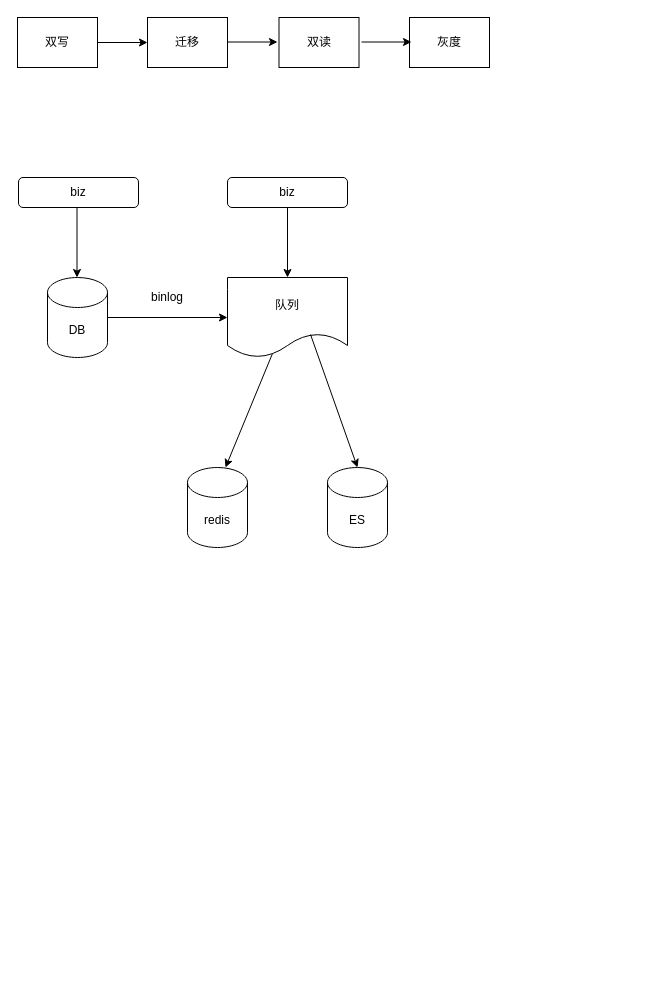
Above: arch/通用迁移方案.drawio in melonshell/draw.io (draw.io), before the change. Source tidied: cells renumbered, new cells numbered last; positions are measured from the earlier drawing's top-left corner, leaving out a move shared by most shapes. Both pictures are drawn from the tidied source at 100%, with x=0, y=0 at pixel (17, 17).
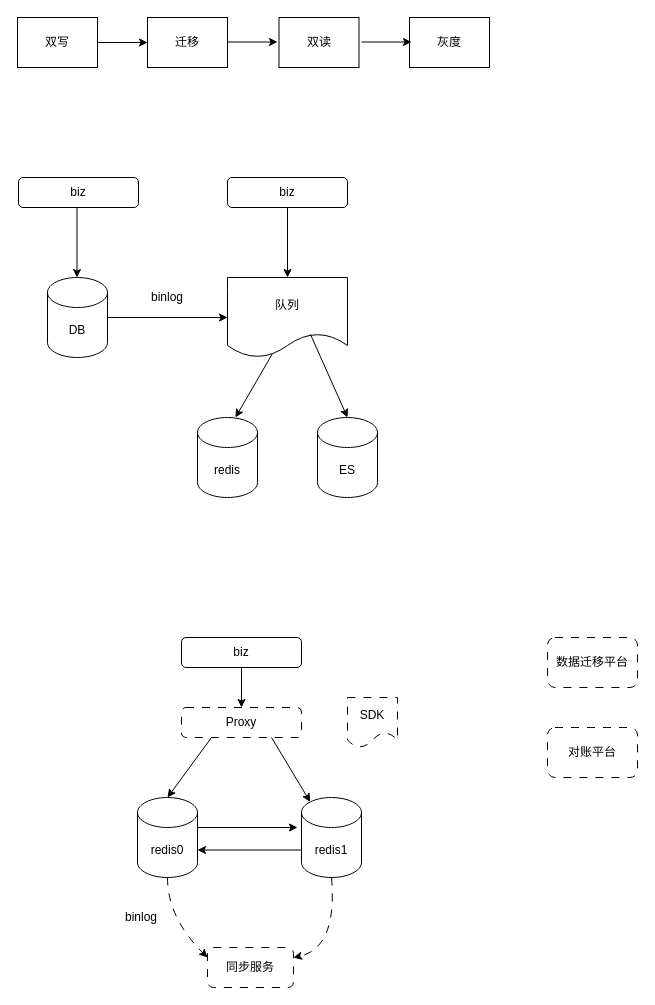
The same diagram, later.

Commit message (it also covers changes not shown here):
更新通用迁移方案.drawio

What changed in the source:
```diff
@@
     <mxCell id="17" value="redis" style="shape=cylinder3;whiteSpace=wrap;html=1;boundedLbl=1;backgroundOutline=1;size=15;fillColor=none;" parent="1" vertex="1">
-      <mxGeometry x="170" y="450" width="60" height="80" as="geometry" />
+      <mxGeometry x="180" y="400" width="60" height="80" as="geometry" />
     </mxCell>
     <mxCell id="18" value="ES" style="shape=cylinder3;whiteSpace=wrap;html=1;boundedLbl=1;backgroundOutline=1;size=15;fillColor=none;" parent="1" vertex="1">
-      <mxGeometry x="310" y="450" width="60" height="80" as="geometry" />
+      <mxGeometry x="300" y="400" width="60" height="80" as="geometry" />
     </mxCell>
@@
+    <mxCell id="21" value="redis0" style="shape=cylinder3;whiteSpace=wrap;html=1;boundedLbl=1;backgroundOutline=1;size=15;fillColor=none;" parent="1" vertex="1">
+      <mxGeometry x="120" y="780" width="60" height="80" as="geometry" />
+    </mxCell>
+    <mxCell id="22" value="redis1" style="shape=cylinder3;whiteSpace=wrap;html=1;boundedLbl=1;backgroundOutline=1;size=15;fillColor=none;" parent="1" vertex="1">
+      <mxGeometry x="284" y="780" width="60" height="80" as="geometry" />
+    </mxCell>
+    <mxCell id="23" value="biz" style="rounded=1;whiteSpace=wrap;html=1;fillColor=none;" parent="1" vertex="1">
+      <mxGeometry x="164" y="620" width="120" height="30" as="geometry" />
+    </mxCell>
+    <mxCell id="24" value="Proxy" style="rounded=1;whiteSpace=wrap;html=1;fillColor=none;dashed=1;dashPattern=8 8;" parent="1" vertex="1">
+      <mxGeometry x="164" y="690" width="120" height="30" as="geometry" />
+    </mxCell>
+    <mxCell id="25" style="endArrow=classic;html=1;rounded=0;exitX=0.5;exitY=1;exitDx=0;exitDy=0;entryX=0.5;entryY=0;entryDx=0;entryDy=0;" parent="1" edge="1" source="23" target="24">
+      <mxGeometry relative="1" as="geometry" />
+    </mxCell>
+    <mxCell id="26" style="endArrow=classic;html=1;rounded=0;exitX=0.25;exitY=1;exitDx=0;exitDy=0;entryX=0.5;entryY=0;entryDx=0;entryDy=0;entryPerimeter=0;" parent="1" edge="1" source="24" target="21">
+      <mxGeometry relative="1" as="geometry" />
+    </mxCell>
+    <mxCell id="27" style="endArrow=classic;html=1;rounded=0;exitX=0.75;exitY=1;exitDx=0;exitDy=0;entryX=0.145;entryY=0;entryDx=0;entryDy=4.35;entryPerimeter=0;" parent="1" edge="1" source="24" target="22">
+      <mxGeometry relative="1" as="geometry" />
+    </mxCell>
+    <mxCell id="28" value="SDK" style="shape=document;whiteSpace=wrap;html=1;boundedLbl=1;dashed=1;dashPattern=8 8;fillColor=none;" parent="1" vertex="1">
+      <mxGeometry x="330" y="680" width="50" height="50" as="geometry" />
+    </mxCell>
+    <mxCell id="29" style="endArrow=classic;html=1;rounded=0;" parent="1" edge="1">
+      <mxGeometry relative="1" as="geometry">
+        <mxPoint x="180" y="810" as="sourcePoint" />
+        <mxPoint x="280" y="810" as="targetPoint" />
+      </mxGeometry>
+    </mxCell>
+    <mxCell id="30" style="endArrow=classic;html=1;rounded=0;exitX=0;exitY=0;exitDx=0;exitDy=52.5;exitPerimeter=0;entryX=1;entryY=0;entryDx=0;entryDy=52.5;entryPerimeter=0;" parent="1" edge="1" source="22" target="21">
+      <mxGeometry relative="1" as="geometry" />
+    </mxCell>
+    <mxCell id="31" value="同步服务" style="rounded=1;whiteSpace=wrap;html=1;dashed=1;dashPattern=8 8;fillColor=none;" parent="1" vertex="1">
+      <mxGeometry x="190" y="930" width="86" height="40" as="geometry" />
+    </mxCell>
+    <mxCell id="32" style="curved=1;endArrow=classic;html=1;rounded=0;exitX=0.5;exitY=1;exitDx=0;exitDy=0;exitPerimeter=0;entryX=0;entryY=0.25;entryDx=0;entryDy=0;dashed=1;dashPattern=8 8;" parent="1" edge="1" source="21" target="31">
+      <mxGeometry relative="1" as="geometry">
+        <Array as="points">
+          <mxPoint x="150" y="900" />
+        </Array>
+      </mxGeometry>
+    </mxCell>
+    <mxCell id="33" style="curved=1;endArrow=classic;html=1;rounded=0;exitX=0.5;exitY=1;exitDx=0;exitDy=0;exitPerimeter=0;dashed=1;dashPattern=8 8;" parent="1" edge="1" source="22" target="31">
+      <mxGeometry relative="1" as="geometry">
+        <Array as="points">
+          <mxPoint x="320" y="930" />
+        </Array>
+      </mxGeometry>
+    </mxCell>
+    <mxCell id="34" value="binlog" style="rounded=0;whiteSpace=wrap;html=1;fillColor=none;strokeColor=none;" parent="1" vertex="1">
+      <mxGeometry x="84" y="880" width="80" height="40" as="geometry" />
+    </mxCell>
+    <mxCell id="35" value="数据迁移平台" style="rounded=1;whiteSpace=wrap;html=1;dashed=1;dashPattern=8 8;fillColor=none;" parent="1" vertex="1">
+      <mxGeometry x="530" y="620" width="90" height="50" as="geometry" />
+    </mxCell>
+    <mxCell id="36" value="对账平台" style="rounded=1;whiteSpace=wrap;html=1;dashed=1;dashPattern=8 8;fillColor=none;" parent="1" vertex="1">
+      <mxGeometry x="530" y="710" width="90" height="50" as="geometry" />
+    </mxCell>
```
